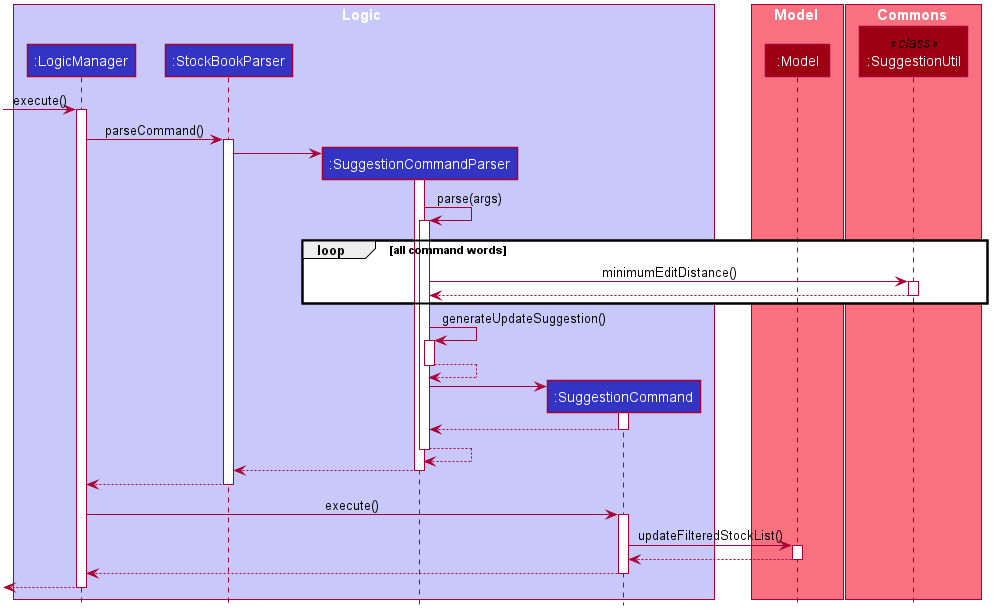
nus-cs2103-AY2021S1/tp keeps this PlantUML diagram as docs/images/SuggestionSequenceDiagramExample1.png. Above is the earlier version.
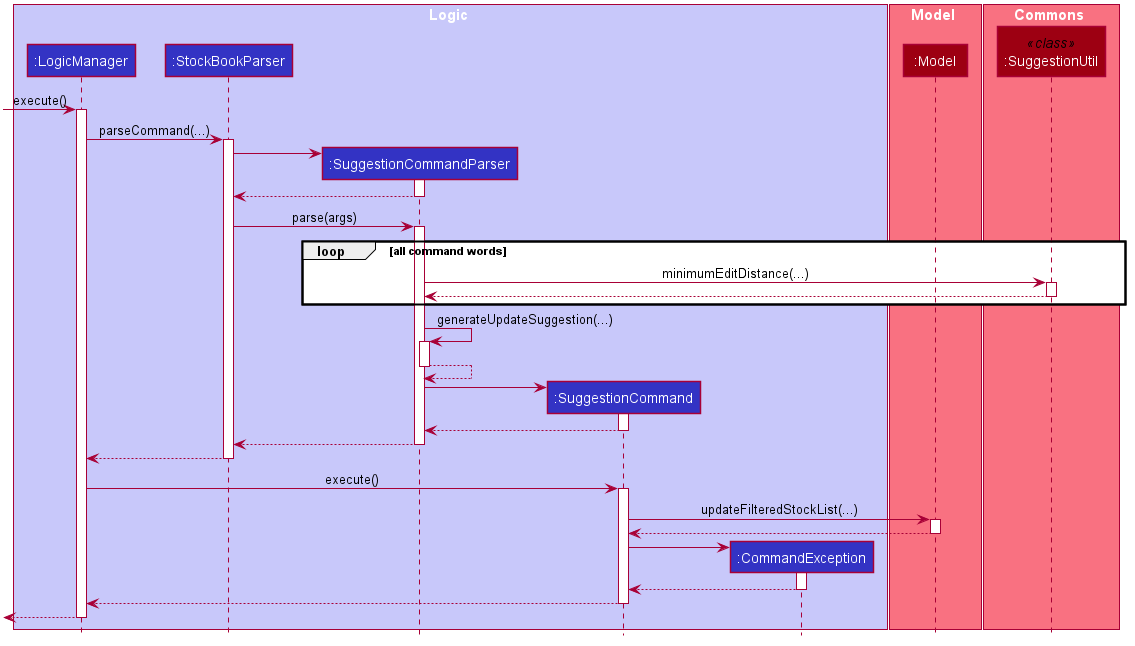
Later version of the same file.

Commit message:
Fix sequence diagrams for suggestion

Change to the diagram source:
```diff
@@ -53,6 +53,7 @@
 participant ":StockBookParser" as StockBookParser #3333C4
 participant ":SuggestionCommandParser" as SuggestionCommandParser #3333C4
 participant ":SuggestionCommand" as SuggestionCommand #3333C4
+participant ":CommandException" as CommandException #3333C4
 end box
 
 box Model #F97181
@@ -66,25 +67,28 @@
 [-> LogicManager : execute()
 activate LogicManager
 
-LogicManager -> StockBookParser : parseCommand()
+LogicManager -> StockBookParser : parseCommand(...)
 activate StockBookParser
 
 create SuggestionCommandParser
 StockBookParser -> SuggestionCommandParser
 activate SuggestionCommandParser
 
-SuggestionCommandParser -> SuggestionCommandParser : parse(args)
+SuggestionCommandParser --> StockBookParser
+deactivate SuggestionCommandParser
+
+StockBookParser -> SuggestionCommandParser : parse(args)
 activate SuggestionCommandParser
 
 loop all command words
-    SuggestionCommandParser -> SuggestionUtil : minimumEditDistance()
+    SuggestionCommandParser -> SuggestionUtil : minimumEditDistance(...)
     activate SuggestionUtil
 
     SuggestionUtil --> SuggestionCommandParser
     deactivate SuggestionUtil
 end
 
-SuggestionCommandParser -> SuggestionCommandParser : generateUpdateSuggestion()
+SuggestionCommandParser -> SuggestionCommandParser : generateUpdateSuggestion(...)
 activate SuggestionCommandParser
 
 SuggestionCommandParser --> SuggestionCommandParser
@@ -97,9 +101,6 @@
 SuggestionCommand --> SuggestionCommandParser
 deactivate SuggestionCommand
 
-SuggestionCommandParser --> SuggestionCommandParser
-deactivate SuggestionCommandParser
-
 SuggestionCommandParser --> StockBookParser
 deactivate SuggestionCommandParser
 
@@ -109,11 +110,18 @@
 LogicManager -> SuggestionCommand : execute()
 activate SuggestionCommand
 
-SuggestionCommand -> Model : updateFilteredStockList()
+SuggestionCommand -> Model : updateFilteredStockList(...)
 activate Model
 
 Model --> SuggestionCommand
 deactivate Model
+
+create CommandException
+SuggestionCommand -> CommandException
+activate CommandException
+
+CommandException --> SuggestionCommand
+deactivate CommandException
 
 SuggestionCommand --> LogicManager
 deactivate SuggestionCommand
```
